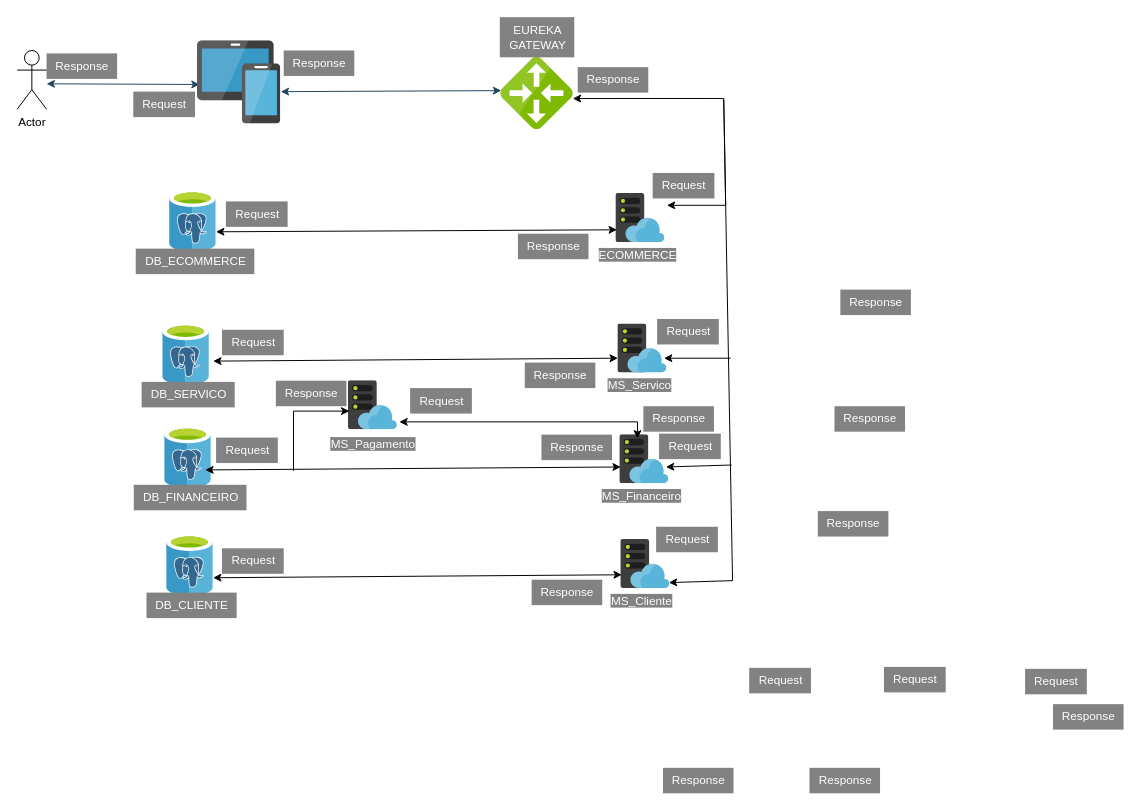
marcelquin/new-Backend-project-Services-FullStack keeps this draw.io diagram as page "Diagrama de Funcionamento de chamadas" (2 of 5) of Doc/Diagrama de Funcionamento.drawio. Above is the earlier version. Source tidied: cells renumbered, new cells numbered last; positions are measured from the earlier drawing's top-left corner, leaving out a move shared by most shapes. Both pictures are drawn from the tidied source at 98%, with x=0, y=0 at pixel (17, 17).
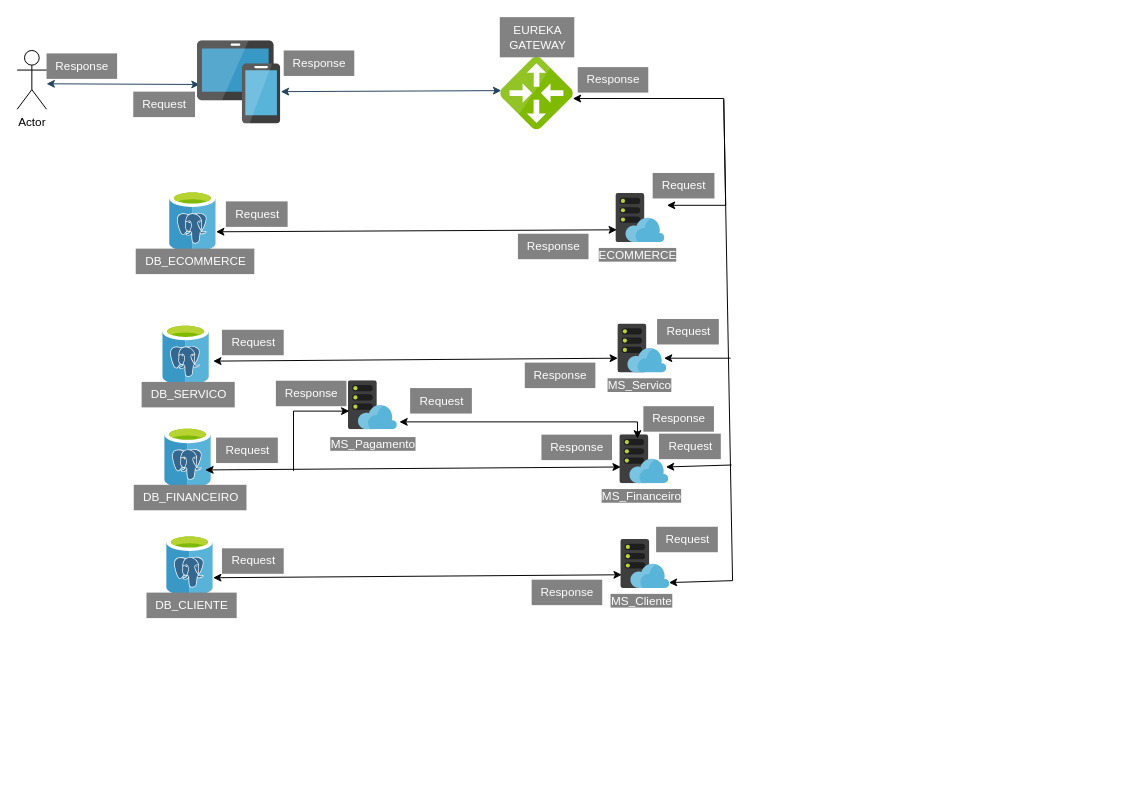
After the change.

Change to the diagram source:
```diff
@@
-    <mxCell id="16" value="Request" style="text;html=1;align=center;verticalAlign=middle;strokeColor=none;fillColor=#828282;fontColor=#FFFFFF;" parent="1" vertex="1">
-      <mxGeometry x="747" y="664" width="63" height="26" as="geometry" />
-    </mxCell>
@@
-    <mxCell id="18" value="Request" style="text;html=1;align=center;verticalAlign=middle;strokeColor=none;fillColor=#828282;fontColor=#FFFFFF;" parent="1" vertex="1">
-      <mxGeometry x="884.5" y="663" width="63" height="26" as="geometry" />
-    </mxCell>
-    <mxCell id="19" value="Request" style="text;html=1;align=center;verticalAlign=middle;strokeColor=none;fillColor=#828282;fontColor=#FFFFFF;" parent="1" vertex="1">
-      <mxGeometry x="1028.5" y="665" width="63" height="26" as="geometry" />
-    </mxCell>
-    <mxCell id="20" value="Response" style="text;html=1;align=center;verticalAlign=middle;strokeColor=none;fillColor=#828282;fontColor=#FFFFFF;" parent="1" vertex="1">
-      <mxGeometry x="834" y="397" width="72" height="26" as="geometry" />
-    </mxCell>
-    <mxCell id="21" value="Response" style="text;html=1;align=center;verticalAlign=middle;strokeColor=none;fillColor=#828282;fontColor=#FFFFFF;" parent="1" vertex="1">
-      <mxGeometry x="840" y="278" width="72" height="26" as="geometry" />
-    </mxCell>
-    <mxCell id="22" value="Response" style="text;html=1;align=center;verticalAlign=middle;strokeColor=none;fillColor=#828282;fontColor=#FFFFFF;" parent="1" vertex="1">
-      <mxGeometry x="659" y="766" width="72" height="26" as="geometry" />
-    </mxCell>
-    <mxCell id="23" value="Response" style="text;html=1;align=center;verticalAlign=middle;strokeColor=none;fillColor=#828282;fontColor=#FFFFFF;" parent="1" vertex="1">
-      <mxGeometry x="808.5" y="766" width="72" height="26" as="geometry" />
-    </mxCell>
-    <mxCell id="24" value="Response" style="text;html=1;align=center;verticalAlign=middle;strokeColor=none;fillColor=#828282;fontColor=#FFFFFF;" parent="1" vertex="1">
-      <mxGeometry x="817" y="504" width="72" height="26" as="geometry" />
-    </mxCell>
@@
-    <mxCell id="28" value="Response" style="text;html=1;align=center;verticalAlign=middle;strokeColor=none;fillColor=#828282;fontColor=#FFFFFF;" parent="1" vertex="1">
-      <mxGeometry x="1057" y="701" width="72" height="26" as="geometry" />
-    </mxCell>
```
